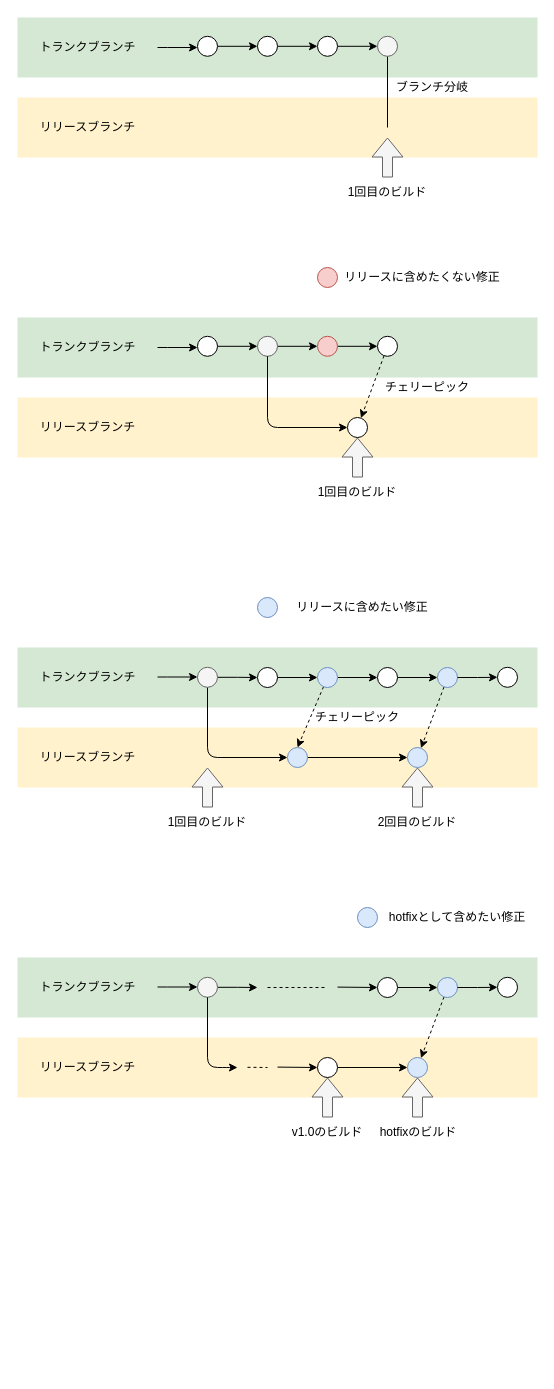
Earlier version of the draw.io diagram images/mobile-trunk-based-release-strategy/trunk-based-release.drawio (shotaIDE/zenn). Source tidied: cells renumbered, new cells numbered last; positions are measured from the earlier drawing's top-left corner, leaving out a move shared by most shapes. Both pictures are drawn from the tidied source at 100%, with x=0, y=0 at pixel (17, 17).
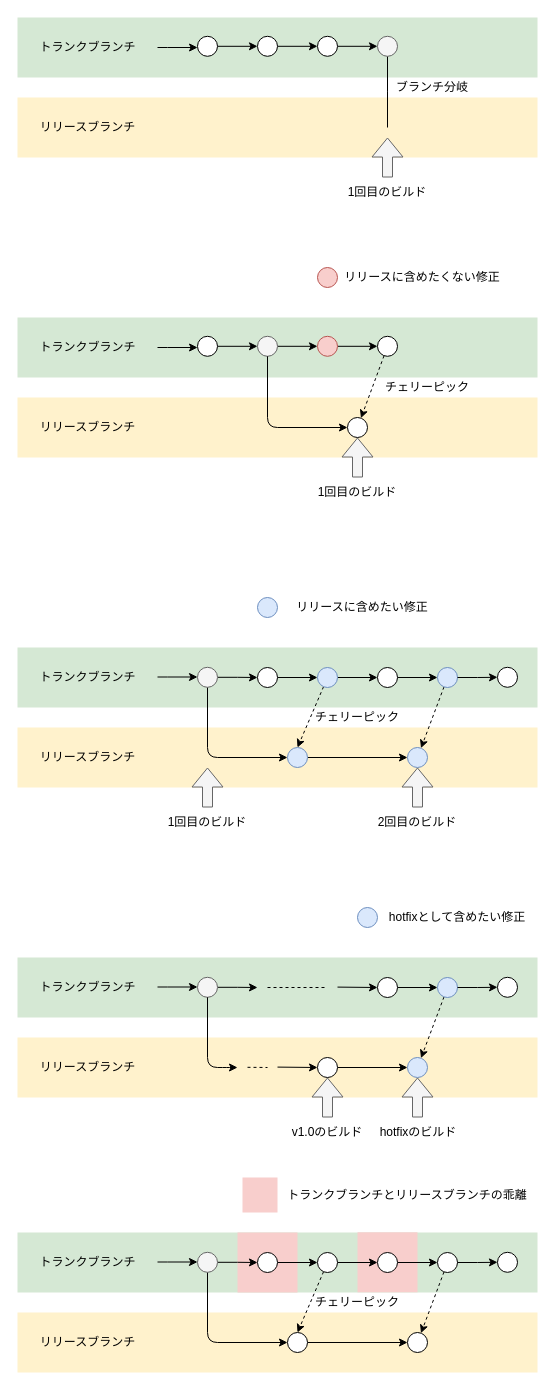
Above is the later version.

The edit, as a diff of the source:
```diff
@@
+    <mxCell id="94" style="rounded=0;whiteSpace=wrap;html=1;fillColor=#d5e8d4;strokeColor=none;" parent="1" vertex="1">
+      <mxGeometry y="1215" width="520" height="60" as="geometry" />
+    </mxCell>
+    <mxCell id="95" style="rounded=0;whiteSpace=wrap;html=1;fillColor=#f8cecc;strokeColor=none;" parent="1" vertex="1">
+      <mxGeometry x="340" y="1214.8" width="60" height="60" as="geometry" />
+    </mxCell>
@@
+    <mxCell id="96" style="rounded=0;whiteSpace=wrap;html=1;fillColor=#f8cecc;strokeColor=none;" parent="1" vertex="1">
+      <mxGeometry x="220" y="1215" width="60" height="60" as="geometry" />
+    </mxCell>
@@
+    <mxCell id="97" style="rounded=0;whiteSpace=wrap;html=1;fillColor=#fff2cc;strokeColor=none;" parent="1" vertex="1">
+      <mxGeometry y="1295" width="520" height="60" as="geometry" />
+    </mxCell>
+    <mxCell id="98" style="edgeStyle=orthogonalEdgeStyle;rounded=1;jettySize=auto;html=1;curved=0;entryX=0;entryY=0.5;entryDx=0;entryDy=0;" parent="1" edge="1" source="100" target="114">
+      <mxGeometry relative="1" as="geometry">
+        <Array as="points">
+          <mxPoint x="190" y="1325" />
+        </Array>
+      </mxGeometry>
+    </mxCell>
+    <mxCell id="99" style="edgeStyle=orthogonalEdgeStyle;rounded=0;jettySize=auto;html=1;entryX=0;entryY=0.5;entryDx=0;entryDy=0;" parent="1" edge="1" source="100" target="119">
+      <mxGeometry relative="1" as="geometry" />
+    </mxCell>
+    <mxCell id="100" style="ellipse;whiteSpace=wrap;html=1;fillColor=#f5f5f5;fontColor=#333333;strokeColor=#666666;" parent="1" vertex="1">
+      <mxGeometry x="180" y="1234.8" width="20" height="20" as="geometry" />
+    </mxCell>
+    <mxCell id="101" value="トランクブランチ" style="text;html=1;strokeColor=none;fillColor=none;align=center;verticalAlign=middle;whiteSpace=wrap;rounded=0;" parent="1" vertex="1">
+      <mxGeometry x="14.5" y="1233.8" width="111" height="22.5" as="geometry" />
+    </mxCell>
+    <mxCell id="102" value="リリースブランチ" style="text;html=1;strokeColor=none;fillColor=none;align=center;verticalAlign=middle;whiteSpace=wrap;rounded=0;" parent="1" vertex="1">
+      <mxGeometry x="19.5" y="1315" width="101" height="20" as="geometry" />
+    </mxCell>
+    <mxCell id="103" style="edgeStyle=orthogonalEdgeStyle;rounded=0;orthogonalLoop=1;jettySize=auto;html=1;" parent="1" edge="1">
+      <mxGeometry relative="1" as="geometry">
+        <mxPoint x="140" y="1244.5" as="sourcePoint" />
+        <mxPoint x="180" y="1244.5" as="targetPoint" />
+        <Array as="points">
+          <mxPoint x="150" y="1244.5" />
+          <mxPoint x="150" y="1244.5" />
+        </Array>
+      </mxGeometry>
+    </mxCell>
+    <mxCell id="104" style="edgeStyle=orthogonalEdgeStyle;rounded=0;jettySize=auto;html=1;entryX=0;entryY=0.5;entryDx=0;entryDy=0;" parent="1" edge="1" source="106" target="108">
+      <mxGeometry relative="1" as="geometry" />
+    </mxCell>
+    <mxCell id="105" style="rounded=0;jettySize=auto;html=1;entryX=0.5;entryY=0;entryDx=0;entryDy=0;dashed=1;" parent="1" edge="1" source="106" target="114">
+      <mxGeometry relative="1" as="geometry" />
+    </mxCell>
+    <mxCell id="106" style="ellipse;whiteSpace=wrap;html=1;" parent="1" vertex="1">
+      <mxGeometry x="300" y="1235" width="20" height="20" as="geometry" />
+    </mxCell>
+    <mxCell id="107" style="edgeStyle=orthogonalEdgeStyle;rounded=0;jettySize=auto;html=1;entryX=0;entryY=0.5;entryDx=0;entryDy=0;" parent="1" edge="1" source="108" target="110">
+      <mxGeometry relative="1" as="geometry" />
+    </mxCell>
+    <mxCell id="108" style="ellipse;whiteSpace=wrap;html=1;" parent="1" vertex="1">
+      <mxGeometry x="360" y="1235" width="20" height="20" as="geometry" />
+    </mxCell>
+    <mxCell id="109" style="rounded=0;jettySize=auto;html=1;dashed=1;" parent="1" edge="1" source="110" target="115">
+      <mxGeometry relative="1" as="geometry" />
+    </mxCell>
+    <mxCell id="110" style="ellipse;whiteSpace=wrap;html=1;" parent="1" vertex="1">
+      <mxGeometry x="420" y="1235" width="20" height="20" as="geometry" />
+    </mxCell>
+    <mxCell id="111" style="ellipse;whiteSpace=wrap;html=1;" parent="1" vertex="1">
+      <mxGeometry x="480" y="1234.8" width="20" height="20" as="geometry" />
+    </mxCell>
+    <mxCell id="112" style="edgeStyle=orthogonalEdgeStyle;rounded=0;jettySize=auto;html=1;entryX=0;entryY=0.5;entryDx=0;entryDy=0;" parent="1" edge="1" source="110" target="111">
+      <mxGeometry relative="1" as="geometry" />
+    </mxCell>
+    <mxCell id="113" style="edgeStyle=orthogonalEdgeStyle;rounded=0;jettySize=auto;html=1;" parent="1" edge="1" source="114" target="115">
+      <mxGeometry relative="1" as="geometry" />
+    </mxCell>
+    <mxCell id="114" style="ellipse;whiteSpace=wrap;html=1;" parent="1" vertex="1">
+      <mxGeometry x="270" y="1315" width="20" height="20" as="geometry" />
+    </mxCell>
+    <mxCell id="115" style="ellipse;whiteSpace=wrap;html=1;" parent="1" vertex="1">
+      <mxGeometry x="390" y="1315" width="20" height="20" as="geometry" />
+    </mxCell>
+    <mxCell id="116" value="トランクブランチとリリースブランチの乖離" style="text;html=1;align=center;verticalAlign=middle;whiteSpace=wrap;rounded=0;" parent="1" vertex="1">
+      <mxGeometry x="260" y="1162.5" width="260" height="30" as="geometry" />
+    </mxCell>
+    <mxCell id="117" value="チェリーピック" style="text;html=1;align=center;verticalAlign=middle;whiteSpace=wrap;rounded=0;" parent="1" vertex="1">
+      <mxGeometry x="290" y="1270" width="100" height="30" as="geometry" />
+    </mxCell>
+    <mxCell id="118" style="edgeStyle=orthogonalEdgeStyle;rounded=0;jettySize=auto;html=1;entryX=0;entryY=0.5;entryDx=0;entryDy=0;" parent="1" edge="1" source="119" target="106">
+      <mxGeometry relative="1" as="geometry" />
+    </mxCell>
+    <mxCell id="119" style="ellipse;whiteSpace=wrap;html=1;" parent="1" vertex="1">
+      <mxGeometry x="240" y="1235" width="20" height="20" as="geometry" />
+    </mxCell>
+    <mxCell id="120" style="rounded=0;whiteSpace=wrap;html=1;fillColor=#f8cecc;strokeColor=none;" parent="1" vertex="1">
+      <mxGeometry x="225" y="1160" width="35" height="35" as="geometry" />
+    </mxCell>
```
